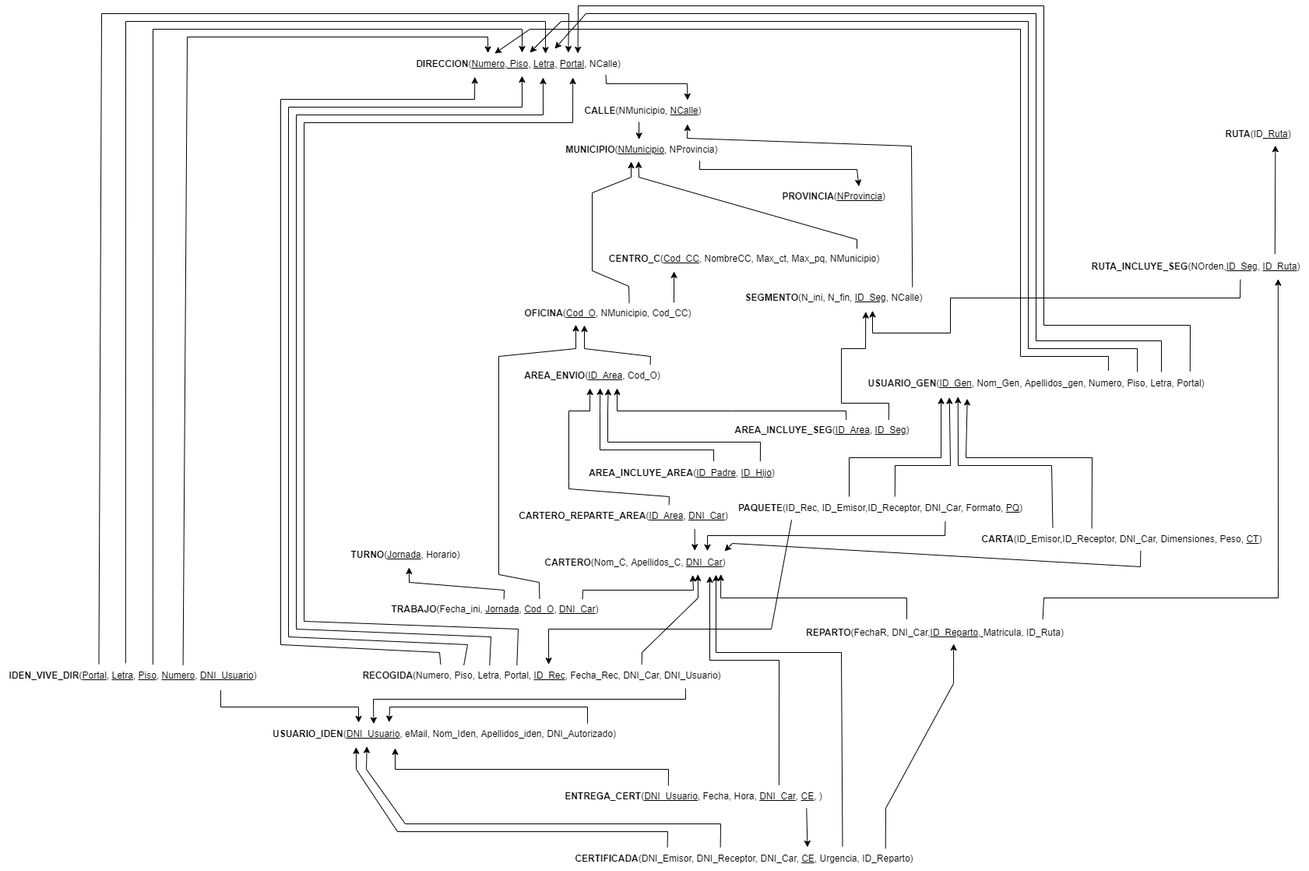
The draw.io diagram Hito1/Modelo relacional.drawio.png in ErYavi/BBDD22, before a commit. Source tidied: cells renumbered, new cells last; positions are measured from the earlier drawing's top-left corner, leaving out a move shared by most shapes.
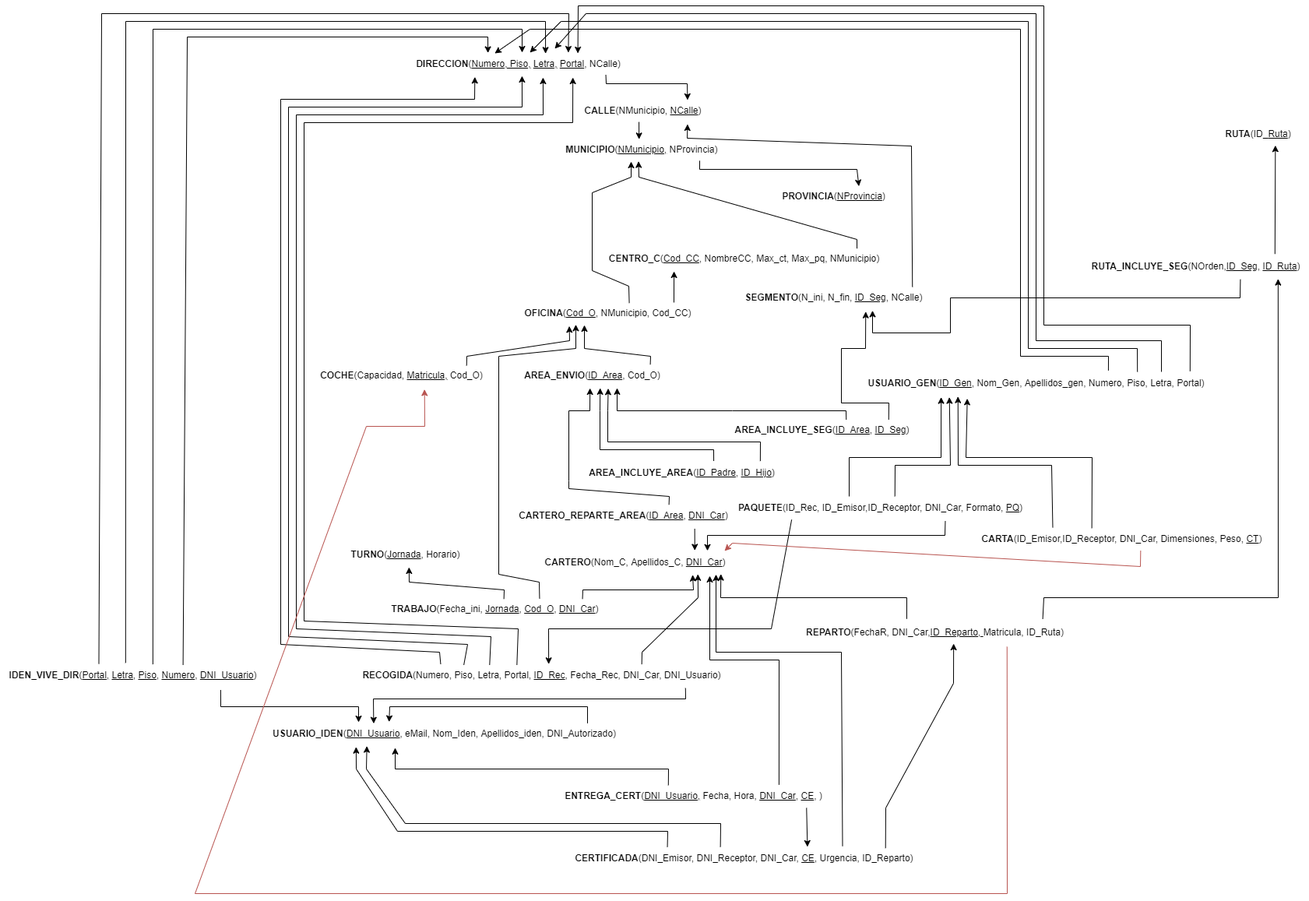
After the change.

The edit, as a diff of the source:
```diff
@@ -490,7 +490,7 @@
         </Array>
       </mxGeometry>
     </mxCell>
-    <mxCell id="77" style="endArrow=classic;html=1;rounded=0;exitX=0.564;exitY=0.994;exitDx=0;exitDy=0;exitPerimeter=0;" parent="1" edge="1" source="70">
+    <mxCell id="77" style="endArrow=classic;html=1;rounded=0;exitX=0.564;exitY=0.994;exitDx=0;exitDy=0;exitPerimeter=0;fillColor=#f8cecc;strokeColor=#b85450;" parent="1" edge="1" source="70">
       <mxGeometry relative="1" as="geometry">
         <mxPoint x="930" y="700" as="targetPoint" />
         <Array as="points">
@@ -499,5 +499,26 @@
         </Array>
       </mxGeometry>
     </mxCell>
+    <mxCell id="78" value="&lt;b&gt;COCHE&lt;/b&gt;(Capacidad, &lt;u&gt;Matricula,&lt;/u&gt;&amp;nbsp;Cod_O)" style="text;html=1;align=center;verticalAlign=middle;points=[];strokeColor=none;fillColor=none;" parent="1" vertex="1">
+      <mxGeometry x="400" y="460" width="230" height="30" as="geometry" />
+    </mxCell>
+    <mxCell id="79" style="endArrow=classic;html=1;rounded=0;exitX=0.864;exitY=0.063;exitDx=0;exitDy=0;exitPerimeter=0;entryX=0.294;entryY=1.043;entryDx=0;entryDy=0;entryPerimeter=0;" parent="1" edge="1" source="78" target="9">
+      <mxGeometry relative="1" as="geometry">
+        <Array as="points">
+          <mxPoint x="599" y="450" />
+          <mxPoint x="731" y="430" />
+        </Array>
+      </mxGeometry>
+    </mxCell>
+    <mxCell id="80" style="endArrow=classic;html=1;rounded=0;exitX=0.765;exitY=1.102;exitDx=0;exitDy=0;exitPerimeter=0;entryX=0.629;entryY=1.082;entryDx=0;entryDy=0;entryPerimeter=0;fillColor=#f8cecc;strokeColor=#b85450;" parent="1" edge="1" source="28" target="78">
+      <mxGeometry relative="1" as="geometry">
+        <Array as="points">
+          <mxPoint x="1293" y="1140" />
+          <mxPoint x="250" y="1140" />
+          <mxPoint x="470" y="540" />
+          <mxPoint x="545" y="540" />
+        </Array>
+      </mxGeometry>
+    </mxCell>
   </root>
 </mxGraphModel>
```
